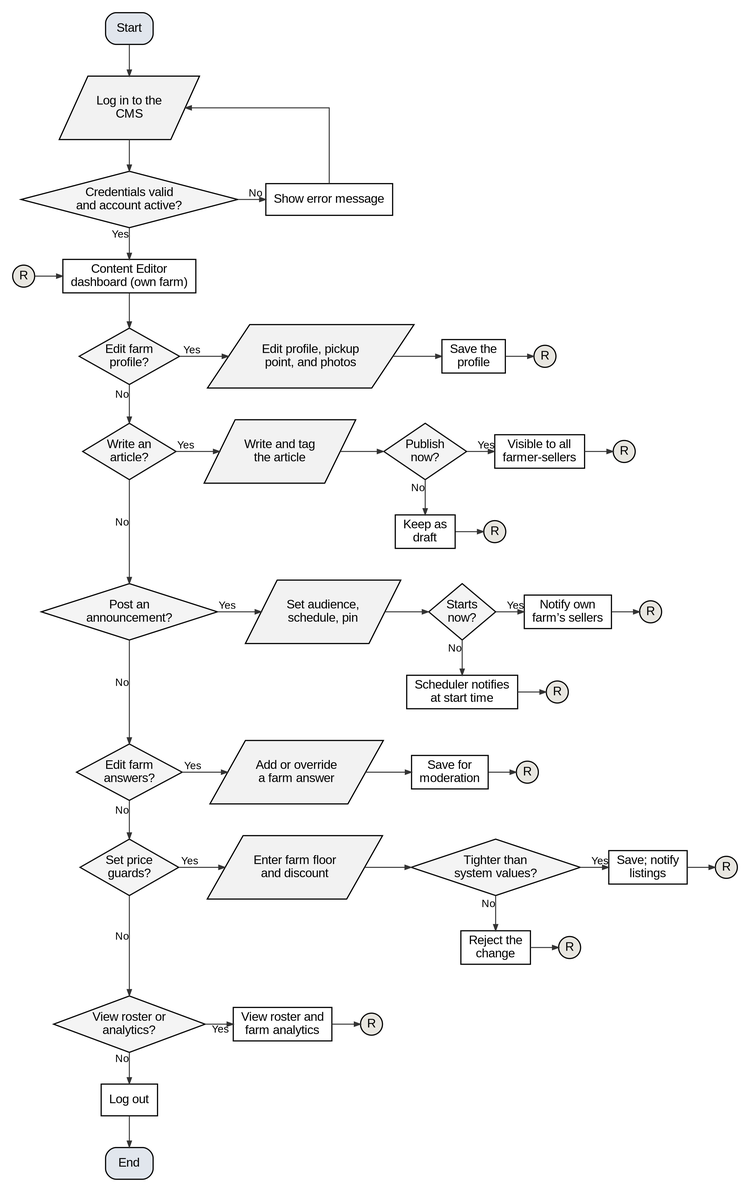
The Graphviz diagram docs/manuscript/figures/fig5c_flow_content_editor.png in shawncastaneda11-commits/anihow-backend, before a commit. Its source is kept beside it as docs/manuscript/figures/src/fig5c_flow_content_editor.dot.
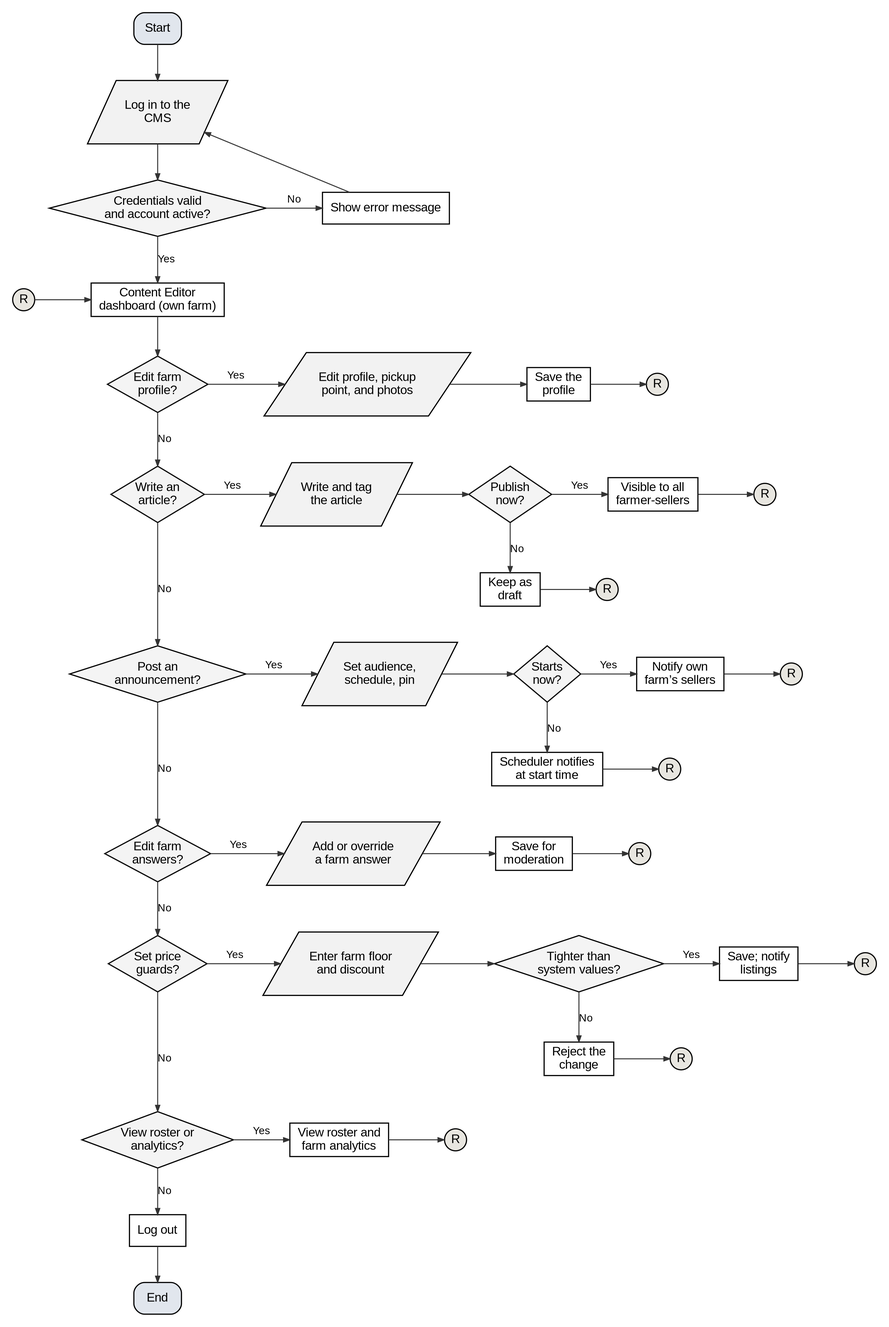
After the commit.

Diff of the diagram source:
```diff
@@ -1,5 +1,5 @@
 digraph G {
-  graph [rankdir=TB, nodesep=0.45, ranksep=0.5, pad=0.2, fontname="Liberation Sans", newrank=true, splines=ortho];
+  graph [rankdir=TB, nodesep=0.45, ranksep=0.55, pad=0.2, fontname="Liberation Sans", newrank=true, splines=polyline];
   node  [fontname="Liberation Sans", fontsize=14, penwidth=1.3, style=filled, fillcolor="#FFFFFF", margin="0.12,0.06"];
   edge  [penwidth=1.1, arrowsize=0.7, color="#333333", fontname="Liberation Sans", fontsize=12];
   s [shape=box, style="rounded,filled", fillcolor="#E1E6ED", label="Start"];
@@ -12,86 +12,86 @@
   end [shape=box, style="rounded,filled", fillcolor="#E1E6ED", label="End"];
   s -> li;
   li -> ok;
-  ok -> err [xlabel="No"];
+  ok -> err [label="No"];
   err -> li [constraint=false];
-  ok -> home [xlabel="Yes"];
+  ok -> home [label="Yes"];
   ain -> home;
   {rank=same; ok err}
   {rank=same; home ain}
   q0 [shape=diamond, fillcolor="#F4F4F4", label="Edit farm\nprofile?", margin="0.02,0.02"];
   home -> q0;
   s0_0 [shape=parallelogram, fillcolor="#F2F2F2", label="Edit profile, pickup\npoint, and photos", margin="0.02,0.04"];
-  q0 -> s0_0 [xlabel="Yes"];
+  q0 -> s0_0 [label="Yes"];
   s0_1 [shape=box, label="Save the\nprofile"];
   s0_0 -> s0_1;
   r0 [shape=circle, width=0.35, fixedsize=true, fillcolor="#E8E6E0", label="R"];
   s0_1 -> r0;
   {rank=same; q0; s0_0; s0_1; r0}
   q1 [shape=diamond, fillcolor="#F4F4F4", label="Write an\narticle?", margin="0.02,0.02"];
-  q0 -> q1 [xlabel="No"];
+  q0 -> q1 [label="No"];
   s1_0 [shape=parallelogram, fillcolor="#F2F2F2", label="Write and tag\nthe article", margin="0.02,0.04"];
-  q1 -> s1_0 [xlabel="Yes"];
+  q1 -> s1_0 [label="Yes"];
   s1_1 [shape=diamond, fillcolor="#F4F4F4", label="Publish\nnow?", margin="0.02,0.02"];
   s1_0 -> s1_1;
   a1_1 [shape=box, label="Keep as\ndraft"];
   xa1_1 [shape=circle, width=0.35, fixedsize=true, fillcolor="#E8E6E0", label="R"];
-  s1_1 -> a1_1 [xlabel="No"];
+  s1_1 -> a1_1 [label="No"];
   a1_1 -> xa1_1;
   {rank=same; a1_1; xa1_1}
   s1_2 [shape=box, label="Visible to all\nfarmer-sellers"];
-  s1_1 -> s1_2 [xlabel="Yes"];
+  s1_1 -> s1_2 [label="Yes"];
   r1 [shape=circle, width=0.35, fixedsize=true, fillcolor="#E8E6E0", label="R"];
   s1_2 -> r1;
   {rank=same; q1; s1_0; s1_1; s1_2; r1}
   q2 [shape=diamond, fillcolor="#F4F4F4", label="Post an\nannouncement?", margin="0.02,0.02"];
-  q1 -> q2 [xlabel="No", minlen=2];
+  q1 -> q2 [label="No", minlen=2];
   s2_0 [shape=parallelogram, fillcolor="#F2F2F2", label="Set audience,\nschedule, pin", margin="0.02,0.04"];
-  q2 -> s2_0 [xlabel="Yes"];
+  q2 -> s2_0 [label="Yes"];
   s2_1 [shape=diamond, fillcolor="#F4F4F4", label="Starts\nnow?", margin="0.02,0.02"];
   s2_0 -> s2_1;
   a2_1 [shape=box, label="Scheduler notifies\nat start time"];
   xa2_1 [shape=circle, width=0.35, fixedsize=true, fillcolor="#E8E6E0", label="R"];
-  s2_1 -> a2_1 [xlabel="No"];
+  s2_1 -> a2_1 [label="No"];
   a2_1 -> xa2_1;
   {rank=same; a2_1; xa2_1}
   s2_2 [shape=box, label="Notify own\nfarm’s sellers"];
-  s2_1 -> s2_2 [xlabel="Yes"];
+  s2_1 -> s2_2 [label="Yes"];
   r2 [shape=circle, width=0.35, fixedsize=true, fillcolor="#E8E6E0", label="R"];
   s2_2 -> r2;
   {rank=same; q2; s2_0; s2_1; s2_2; r2}
   q3 [shape=diamond, fillcolor="#F4F4F4", label="Edit farm\nanswers?", margin="0.02,0.02"];
-  q2 -> q3 [xlabel="No", minlen=2];
+  q2 -> q3 [label="No", minlen=2];
   s3_0 [shape=parallelogram, fillcolor="#F2F2F2", label="Add or override\na farm answer", margin="0.02,0.04"];
-  q3 -> s3_0 [xlabel="Yes"];
+  q3 -> s3_0 [label="Yes"];
   s3_1 [shape=box, label="Save for\nmoderation"];
   s3_0 -> s3_1;
   r3 [shape=circle, width=0.35, fixedsize=true, fillcolor="#E8E6E0", label="R"];
   s3_1 -> r3;
   {rank=same; q3; s3_0; s3_1; r3}
   q4 [shape=diamond, fillcolor="#F4F4F4", label="Set price\nguards?", margin="0.02,0.02"];
-  q3 -> q4 [xlabel="No"];
+  q3 -> q4 [label="No"];
   s4_0 [shape=parallelogram, fillcolor="#F2F2F2", label="Enter farm floor\nand discount", margin="0.02,0.04"];
-  q4 -> s4_0 [xlabel="Yes"];
+  q4 -> s4_0 [label="Yes"];
   s4_1 [shape=diamond, fillcolor="#F4F4F4", label="Tighter than\nsystem values?", margin="0.02,0.02"];
   s4_0 -> s4_1;
   a4_1 [shape=box, label="Reject the\nchange"];
   xa4_1 [shape=circle, width=0.35, fixedsize=true, fillcolor="#E8E6E0", label="R"];
-  s4_1 -> a4_1 [xlabel="No"];
+  s4_1 -> a4_1 [label="No"];
   a4_1 -> xa4_1;
   {rank=same; a4_1; xa4_1}
   s4_2 [shape=box, label="Save; notify\nlistings"];
-  s4_1 -> s4_2 [xlabel="Yes"];
+  s4_1 -> s4_2 [label="Yes"];
   r4 [shape=circle, width=0.35, fixedsize=true, fillcolor="#E8E6E0", label="R"];
   s4_2 -> r4;
   {rank=same; q4; s4_0; s4_1; s4_2; r4}
   q5 [shape=diamond, fillcolor="#F4F4F4", label="View roster or\nanalytics?", margin="0.02,0.02"];
-  q4 -> q5 [xlabel="No", minlen=2];
+  q4 -> q5 [label="No", minlen=2];
   s5_0 [shape=box, label="View roster and\nfarm analytics"];
-  q5 -> s5_0 [xlabel="Yes"];
+  q5 -> s5_0 [label="Yes"];
   r5 [shape=circle, width=0.35, fixedsize=true, fillcolor="#E8E6E0", label="R"];
   s5_0 -> r5;
   {rank=same; q5; s5_0; r5}
-  q5 -> lo [xlabel="No"];
+  q5 -> lo [label="No"];
   lo -> end;
   s [group=trunk];
   li [group=trunk];
```
